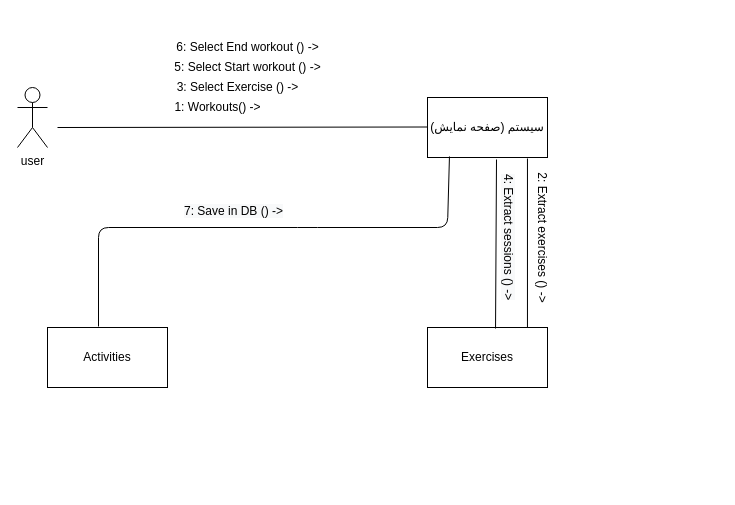
This is Docs./CommunicationDiagram-Workouts.drawio from ShadiMe-flutter/Workout, a draw.io file, before an edit. Source tidied: cells renumbered, new cells numbered last; positions are measured from the earlier drawing's top-left corner, leaving out a move shared by most shapes. Both pictures are drawn from the tidied source at 100%, with x=0, y=0 at pixel (17, 37).
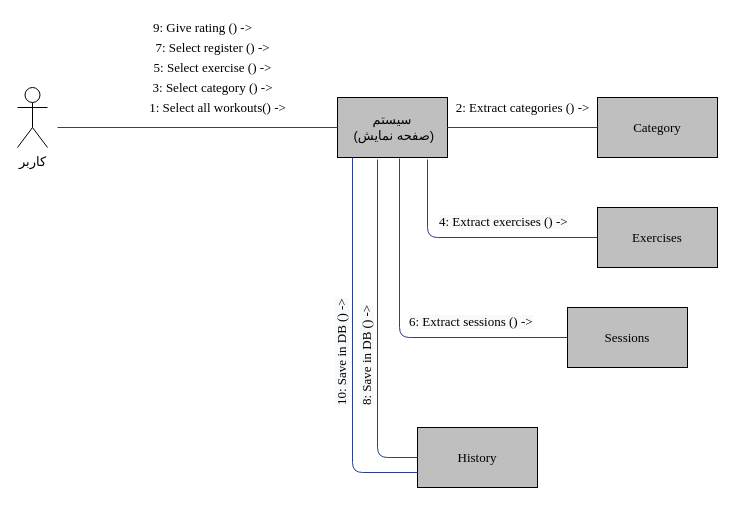
Above is the later version.

What changed in the source:
```diff
@@
-    <mxCell id="2" value="user" style="shape=umlActor;verticalLabelPosition=bottom;verticalAlign=top;html=1;" parent="1" vertex="1">
+    <mxCell id="2" value="&lt;font face=&quot;B Zar&quot; style=&quot;font-size: 13px&quot;&gt;کاربر&lt;/font&gt;" style="shape=umlActor;verticalLabelPosition=bottom;verticalAlign=top;html=1;" parent="1" vertex="1">
       <mxGeometry y="50" width="30" height="60" as="geometry" />
     </mxCell>
-    <mxCell id="3" value="سیستم (صفحه نمایش)" style="rounded=0;whiteSpace=wrap;html=1;" parent="1" vertex="1">
-      <mxGeometry x="410" y="60" width="120" height="60" as="geometry" />
+    <mxCell id="3" value="&lt;font face=&quot;B Zar&quot; style=&quot;font-size: 13px&quot;&gt;سیستم&lt;br&gt;&amp;nbsp;(صفحه نمایش)&lt;/font&gt;" style="rounded=0;whiteSpace=wrap;html=1;fillColor=#BFBFBF;" parent="1" vertex="1">
+      <mxGeometry x="320" y="60" width="110" height="60" as="geometry" />
     </mxCell>
-    <mxCell id="4" value="Exercises" style="rounded=0;whiteSpace=wrap;html=1;" parent="1" vertex="1">
-      <mxGeometry x="410" y="290" width="120" height="60" as="geometry" />
+    <mxCell id="4" value="&lt;font face=&quot;Times New Roman&quot; style=&quot;font-size: 13px&quot;&gt;Category&lt;/font&gt;" style="rounded=0;whiteSpace=wrap;html=1;fillColor=#BFBFBF;" parent="1" vertex="1">
+      <mxGeometry x="580" y="60" width="120" height="60" as="geometry" />
     </mxCell>
-    <mxCell id="5" style="endArrow=none;html=1;" parent="1" edge="1">
+    <mxCell id="5" style="endArrow=none;html=1;strokeColor=#28408E;" parent="1" edge="1">
       <mxGeometry relative="1" as="geometry">
         <mxPoint x="40" y="90" as="sourcePoint" />
-        <mxPoint x="410" y="89.5" as="targetPoint" />
+        <mxPoint x="320" y="90" as="targetPoint" />
       </mxGeometry>
     </mxCell>
-    <mxCell id="6" style="endArrow=none;html=1;exitX=0.425;exitY=-0.017;exitDx=0;exitDy=0;entryX=0.183;entryY=0.983;entryDx=0;entryDy=0;exitPerimeter=0;entryPerimeter=0;" parent="1" edge="1" source="12" target="3">
-      <mxGeometry relative="1" as="geometry">
-        <Array as="points">
-          <mxPoint x="81" y="190" />
-          <mxPoint x="290" y="190" />
-          <mxPoint x="430" y="190" />
-        </Array>
-      </mxGeometry>
-    </mxCell>
-    <mxCell id="7" value="1: Workouts() -&amp;gt;" style="text;html=1;align=center;verticalAlign=middle;" parent="1" vertex="1">
-      <mxGeometry x="150" y="60" width="100" height="20" as="geometry" />
+    <mxCell id="7" value="&lt;font face=&quot;Times New Roman&quot; style=&quot;font-size: 13px&quot;&gt;1: Select all workouts() -&amp;gt;&lt;/font&gt;" style="text;html=1;align=center;verticalAlign=middle;" parent="1" vertex="1">
+      <mxGeometry x="125" y="60" width="150" height="20" as="geometry" />
     </mxCell>
-    <mxCell id="8" value="3: Select Exercise () -&amp;gt;" style="text;html=1;align=center;verticalAlign=middle;" parent="1" vertex="1">
-      <mxGeometry x="150" y="40" width="140" height="20" as="geometry" />
+    <mxCell id="8" value="&lt;font face=&quot;Times New Roman&quot; style=&quot;font-size: 13px&quot;&gt;3: Select category () -&amp;gt;&lt;/font&gt;" style="text;html=1;align=center;verticalAlign=middle;" parent="1" vertex="1">
+      <mxGeometry x="125" y="40" width="140" height="20" as="geometry" />
     </mxCell>
-    <mxCell id="9" value="5: Select Start workout () -&amp;gt;" style="text;html=1;align=center;verticalAlign=middle;" parent="1" vertex="1">
-      <mxGeometry x="150" y="20" width="160" height="20" as="geometry" />
+    <mxCell id="9" value="&lt;font face=&quot;Times New Roman&quot; style=&quot;font-size: 13px&quot;&gt;5: Select exercise () -&amp;gt;&lt;/font&gt;" style="text;html=1;align=center;verticalAlign=middle;" parent="1" vertex="1">
+      <mxGeometry x="130" y="20" width="130" height="20" as="geometry" />
     </mxCell>
-    <mxCell id="10" value="2: Extract exercises () -&amp;gt;" style="text;html=1;align=center;verticalAlign=middle;rotation=90;" parent="1" vertex="1">
-      <mxGeometry x="450" y="190" width="150" height="20" as="geometry" />
+    <mxCell id="10" value="&lt;font face=&quot;Times New Roman&quot; style=&quot;font-size: 13px&quot;&gt;2: Extract categories () -&amp;gt;&lt;/font&gt;" style="text;html=1;align=center;verticalAlign=middle;rotation=0;" parent="1" vertex="1">
+      <mxGeometry x="430" y="60" width="150" height="20" as="geometry" />
     </mxCell>
-    <mxCell id="11" style="endArrow=none;html=1;exitX=0.833;exitY=0;exitDx=0;exitDy=0;exitPerimeter=0;entryX=0.833;entryY=1.017;entryDx=0;entryDy=0;entryPerimeter=0;" parent="1" edge="1" source="4" target="3">
+    <mxCell id="11" style="endArrow=none;html=1;exitX=0;exitY=0.5;exitDx=0;exitDy=0;entryX=1;entryY=0.5;entryDx=0;entryDy=0;strokeColor=#28408E;" parent="1" edge="1" source="4" target="3">
       <mxGeometry relative="1" as="geometry" />
     </mxCell>
-    <mxCell id="12" value="Activities" style="rounded=0;whiteSpace=wrap;html=1;" parent="1" vertex="1">
-      <mxGeometry x="30" y="290" width="120" height="60" as="geometry" />
+    <mxCell id="12" value="&lt;font face=&quot;Times New Roman&quot; style=&quot;font-size: 13px&quot;&gt;History&lt;/font&gt;" style="rounded=0;whiteSpace=wrap;html=1;fillColor=#BFBFBF;" parent="1" vertex="1">
+      <mxGeometry x="400" y="390" width="120" height="60" as="geometry" />
     </mxCell>
-    <mxCell id="13" style="endArrow=none;html=1;exitX=0.567;exitY=0.017;exitDx=0;exitDy=0;exitPerimeter=0;" parent="1" edge="1" source="4">
+    <mxCell id="13" style="endArrow=none;html=1;exitX=0;exitY=0.5;exitDx=0;exitDy=0;strokeColor=#28408E;" parent="1" edge="1" source="17">
       <mxGeometry relative="1" as="geometry">
-        <mxPoint x="479" y="122" as="targetPoint" />
+        <mxPoint x="410" y="122" as="targetPoint" />
+        <Array as="points">
+          <mxPoint x="410" y="200" />
+        </Array>
       </mxGeometry>
     </mxCell>
-    <mxCell id="14" value="&lt;span style=&quot;color: rgb(0 , 0 , 0) ; font-family: &amp;#34;helvetica&amp;#34; ; font-size: 12px ; font-style: normal ; font-weight: normal ; letter-spacing: normal ; text-align: center ; text-indent: 0px ; text-transform: none ; word-spacing: 0px ; background-color: rgb(248 , 249 , 250) ; text-decoration: none ; display: inline ; float: none&quot;&gt;4: Extract sessions () -&amp;gt;&lt;/span&gt;" style="text;whiteSpace=wrap;html=1;rotation=90;" parent="1" vertex="1">
-      <mxGeometry x="410" y="200" width="160" height="30" as="geometry" />
+    <mxCell id="14" value="&lt;span style=&quot;color: rgb(0 , 0 , 0) ; font-style: normal ; font-weight: normal ; letter-spacing: normal ; text-align: center ; text-indent: 0px ; text-transform: none ; word-spacing: 0px ; background-color: rgb(248 , 249 , 250) ; text-decoration: none ; display: inline ; float: none&quot;&gt;&lt;font face=&quot;Times New Roman&quot; style=&quot;font-size: 13px&quot;&gt;4: Extract exercises () -&amp;gt;&lt;/font&gt;&lt;/span&gt;" style="text;whiteSpace=wrap;html=1;rotation=0;" parent="1" vertex="1">
+      <mxGeometry x="420" y="170" width="160" height="30" as="geometry" />
     </mxCell>
-    <mxCell id="15" value="6: Select End workout () -&amp;gt;" style="text;html=1;align=center;verticalAlign=middle;" parent="1" vertex="1">
-      <mxGeometry x="150" width="160" height="20" as="geometry" />
+    <mxCell id="15" value="&lt;font face=&quot;Times New Roman&quot; style=&quot;font-size: 13px&quot;&gt;7: Select register () -&amp;gt;&lt;/font&gt;" style="text;html=1;align=center;verticalAlign=middle;" parent="1" vertex="1">
+      <mxGeometry x="130" width="130" height="20" as="geometry" />
     </mxCell>
-    <mxCell id="16" value="&lt;span style=&quot;color: rgb(0 , 0 , 0) ; font-family: &amp;#34;helvetica&amp;#34; ; font-size: 12px ; font-style: normal ; font-weight: normal ; letter-spacing: normal ; text-align: center ; text-indent: 0px ; text-transform: none ; word-spacing: 0px ; background-color: rgb(248 , 249 , 250) ; text-decoration: none ; display: inline ; float: none&quot;&gt;7: Save in DB () -&amp;gt;&lt;/span&gt;" style="text;whiteSpace=wrap;html=1;rotation=0;" parent="1" vertex="1">
-      <mxGeometry x="165" y="160" width="170" height="30" as="geometry" />
+    <mxCell id="16" value="&lt;span style=&quot;color: rgb(0 , 0 , 0) ; font-style: normal ; font-weight: normal ; letter-spacing: normal ; text-align: center ; text-indent: 0px ; text-transform: none ; word-spacing: 0px ; background-color: rgb(248 , 249 , 250) ; text-decoration: none ; display: inline ; float: none&quot;&gt;&lt;font style=&quot;font-size: 13px&quot; face=&quot;Times New Roman&quot;&gt;8: Save in DB () -&amp;gt;&lt;/font&gt;&lt;/span&gt;" style="text;whiteSpace=wrap;html=1;rotation=-90;" parent="1" vertex="1">
+      <mxGeometry x="265" y="270" width="170" height="30" as="geometry" />
     </mxCell>
+    <mxCell id="17" value="&lt;font face=&quot;Times New Roman&quot; style=&quot;font-size: 13px&quot;&gt;Exercises&lt;/font&gt;" style="rounded=0;whiteSpace=wrap;html=1;fillColor=#BFBFBF;" parent="1" vertex="1">
+      <mxGeometry x="580" y="170" width="120" height="60" as="geometry" />
+    </mxCell>
+    <mxCell id="18" value="&lt;font face=&quot;Times New Roman&quot; style=&quot;font-size: 13px&quot;&gt;Sessions&lt;/font&gt;" style="rounded=0;whiteSpace=wrap;html=1;fillColor=#BFBFBF;" parent="1" vertex="1">
+      <mxGeometry x="550" y="270" width="120" height="60" as="geometry" />
+    </mxCell>
+    <mxCell id="19" style="endArrow=none;html=1;exitX=0;exitY=0.5;exitDx=0;exitDy=0;strokeColor=#28408E;" parent="1" edge="1" source="18">
+      <mxGeometry relative="1" as="geometry">
+        <mxPoint x="382" y="121" as="targetPoint" />
+        <Array as="points">
+          <mxPoint x="382" y="300" />
+        </Array>
+      </mxGeometry>
+    </mxCell>
+    <mxCell id="20" value="&lt;span style=&quot;color: rgb(0 , 0 , 0) ; font-style: normal ; font-weight: normal ; letter-spacing: normal ; text-align: center ; text-indent: 0px ; text-transform: none ; word-spacing: 0px ; background-color: rgb(248 , 249 , 250) ; text-decoration: none ; display: inline ; float: none&quot;&gt;&lt;font face=&quot;Times New Roman&quot; style=&quot;font-size: 13px&quot;&gt;6: Extract sessions () -&amp;gt;&lt;/font&gt;&lt;/span&gt;" style="text;whiteSpace=wrap;html=1;rotation=0;" parent="1" vertex="1">
+      <mxGeometry x="390" y="270" width="160" height="30" as="geometry" />
+    </mxCell>
+    <mxCell id="21" value="&lt;font face=&quot;Times New Roman&quot; style=&quot;font-size: 13px&quot;&gt;9: Give rating () -&amp;gt;&lt;/font&gt;" style="text;html=1;align=center;verticalAlign=middle;" parent="1" vertex="1">
+      <mxGeometry x="130" y="-20" width="110" height="20" as="geometry" />
+    </mxCell>
+    <mxCell id="22" style="endArrow=none;html=1;exitX=0;exitY=0.5;exitDx=0;exitDy=0;strokeColor=#28408E;" parent="1" edge="1" source="12">
+      <mxGeometry relative="1" as="geometry">
+        <mxPoint x="360" y="122" as="targetPoint" />
+        <Array as="points">
+          <mxPoint x="360" y="420" />
+        </Array>
+      </mxGeometry>
+    </mxCell>
+    <mxCell id="23" style="endArrow=none;html=1;exitX=0;exitY=0.75;exitDx=0;exitDy=0;strokeColor=#28408E;" parent="1" edge="1" source="12">
+      <mxGeometry relative="1" as="geometry">
+        <mxPoint x="335" y="120" as="targetPoint" />
+        <Array as="points">
+          <mxPoint x="335" y="435" />
+        </Array>
+      </mxGeometry>
+    </mxCell>
+    <mxCell id="24" value="&lt;span style=&quot;color: rgb(0 , 0 , 0) ; font-style: normal ; font-weight: normal ; letter-spacing: normal ; text-align: center ; text-indent: 0px ; text-transform: none ; word-spacing: 0px ; background-color: rgb(248 , 249 , 250) ; text-decoration: none ; display: inline ; float: none&quot;&gt;&lt;font face=&quot;Times New Roman&quot; style=&quot;font-size: 13px&quot;&gt;10: Save in DB () -&amp;gt;&lt;/font&gt;&lt;/span&gt;" style="text;whiteSpace=wrap;html=1;rotation=-90;" parent="1" vertex="1">
+      <mxGeometry x="240" y="270" width="170" height="30" as="geometry" />
+    </mxCell>
```
